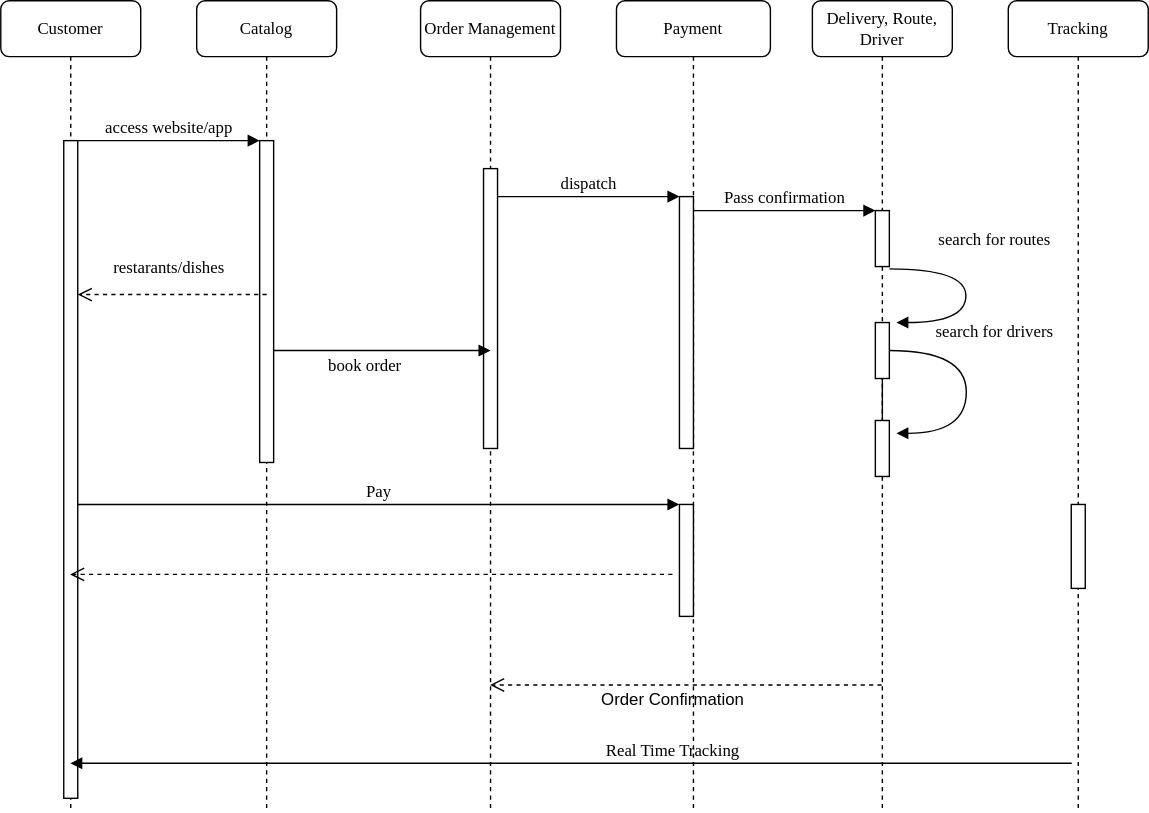
The draw.io diagram docs/assets/fresh-food-sequence-diagram.drawio.svg in ece567-fall21-team13/fresh-food, before a commit. Source tidied: cells renumbered, new cells last; positions are measured from the earlier drawing's top-left corner, leaving out a move shared by most shapes.
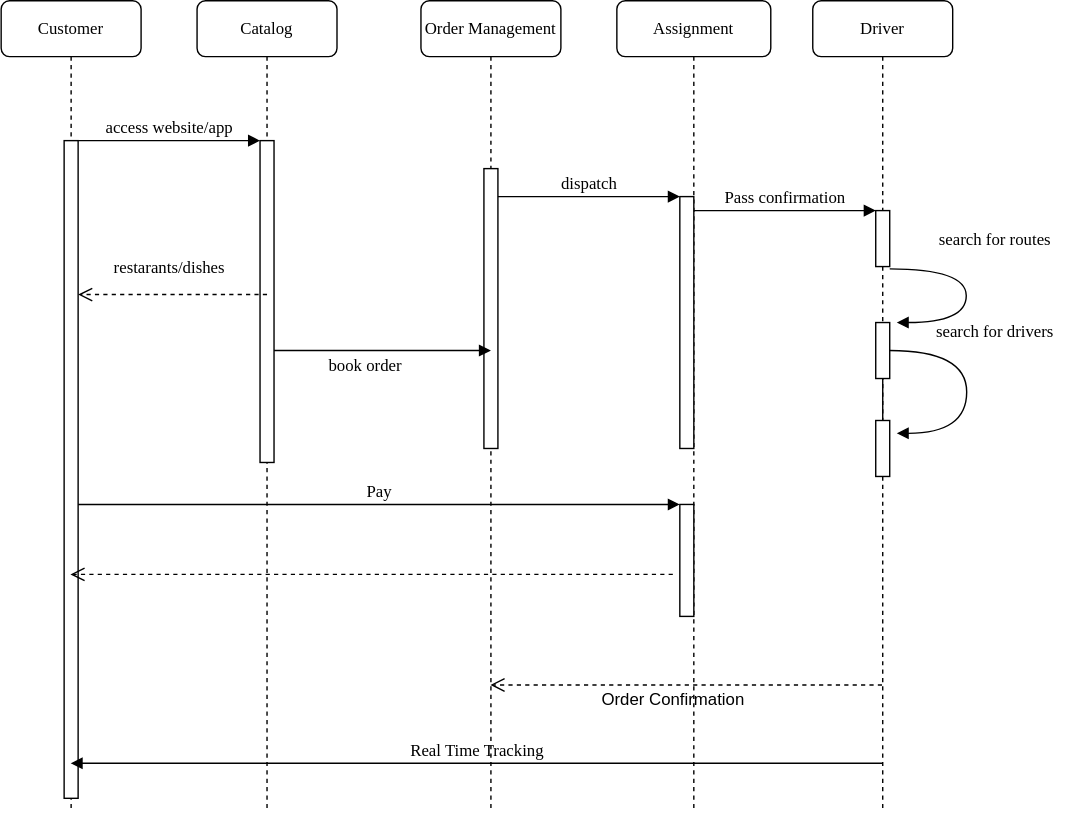
After the commit.

Commit message:
sequence diagram updated

Change to the diagram source:
```diff
@@ -14,13 +14,13 @@
     <mxCell id="5" style="html=1;points=[];perimeter=orthogonalPerimeter;rounded=0;shadow=0;comic=0;labelBackgroundColor=none;strokeWidth=1;fontFamily=Verdana;fontSize=12;align=center;" parent="4" vertex="1">
       <mxGeometry x="45" y="120" width="10" height="200" as="geometry" />
     </mxCell>
-    <mxCell id="6" value="Payment" style="shape=umlLifeline;perimeter=lifelinePerimeter;whiteSpace=wrap;html=1;rounded=1;shadow=0;comic=0;labelBackgroundColor=none;strokeWidth=1;fontFamily=Verdana;fontSize=12;align=center;" parent="1" vertex="1">
+    <mxCell id="6" value="Assignment" style="shape=umlLifeline;perimeter=lifelinePerimeter;whiteSpace=wrap;html=1;rounded=1;shadow=0;comic=0;labelBackgroundColor=none;strokeWidth=1;fontFamily=Verdana;fontSize=12;align=center;" parent="1" vertex="1">
       <mxGeometry x="440" width="110" height="580" as="geometry" />
     </mxCell>
     <mxCell id="7" style="html=1;points=[];perimeter=orthogonalPerimeter;rounded=0;shadow=0;comic=0;labelBackgroundColor=none;strokeWidth=1;fontFamily=Verdana;fontSize=12;align=center;" parent="6" vertex="1">
       <mxGeometry x="45" y="360" width="10" height="80" as="geometry" />
     </mxCell>
-    <mxCell id="8" value="Delivery, Route, Driver" style="shape=umlLifeline;perimeter=lifelinePerimeter;whiteSpace=wrap;html=1;rounded=1;shadow=0;comic=0;labelBackgroundColor=none;strokeWidth=1;fontFamily=Verdana;fontSize=12;align=center;" parent="1" vertex="1">
+    <mxCell id="8" value="Driver" style="shape=umlLifeline;perimeter=lifelinePerimeter;whiteSpace=wrap;html=1;rounded=1;shadow=0;comic=0;labelBackgroundColor=none;strokeWidth=1;fontFamily=Verdana;fontSize=12;align=center;" parent="1" vertex="1">
       <mxGeometry x="580" width="100" height="580" as="geometry" />
     </mxCell>
     <mxCell id="9" style="html=1;points=[];perimeter=orthogonalPerimeter;rounded=0;shadow=0;comic=0;labelBackgroundColor=none;strokeWidth=1;fontFamily=Verdana;fontSize=12;align=center;" parent="8" vertex="1">
@@ -37,12 +37,6 @@
         <mxPoint x="-3" y="-12" as="offset" />
       </mxGeometry>
     </mxCell>
-    <mxCell id="11" value="Tracking" style="shape=umlLifeline;perimeter=lifelinePerimeter;whiteSpace=wrap;html=1;rounded=1;shadow=0;comic=0;labelBackgroundColor=none;strokeWidth=1;fontFamily=Verdana;fontSize=12;align=center;" parent="1" vertex="1">
-      <mxGeometry x="720" width="100" height="580" as="geometry" />
-    </mxCell>
-    <mxCell id="12" style="html=1;perimeter=orthogonalPerimeter;rounded=0;shadow=0;comic=0;labelBackgroundColor=none;strokeWidth=1;fontFamily=Verdana;fontSize=12;align=center;" parent="11" vertex="1">
-      <mxGeometry x="45" y="360" width="10" height="60" as="geometry" />
-    </mxCell>
     <mxCell id="13" value="Customer" style="shape=umlLifeline;perimeter=lifelinePerimeter;whiteSpace=wrap;html=1;outlineConnect=0;rounded=1;shadow=0;comic=0;labelBackgroundColor=none;strokeWidth=1;fontFamily=Verdana;fontSize=12;align=center;" parent="1" vertex="1">
       <mxGeometry width="100" height="580" as="geometry" />
     </mxCell>
@@ -78,9 +72,6 @@
       <mxGeometry relative="1" as="geometry">
         <mxPoint x="629.7" y="545" as="sourcePoint" />
         <mxPoint x="49.7" y="545" as="targetPoint" />
-        <Array as="points">
-          <mxPoint x="770" y="545" />
-        </Array>
       </mxGeometry>
     </mxCell>
     <mxCell id="22" style="html=1;verticalAlign=bottom;endArrow=open;dashed=1;endSize=8;labelBackgroundColor=none;fontFamily=Verdana;fontSize=12;" parent="1" edge="1" target="13">
```
